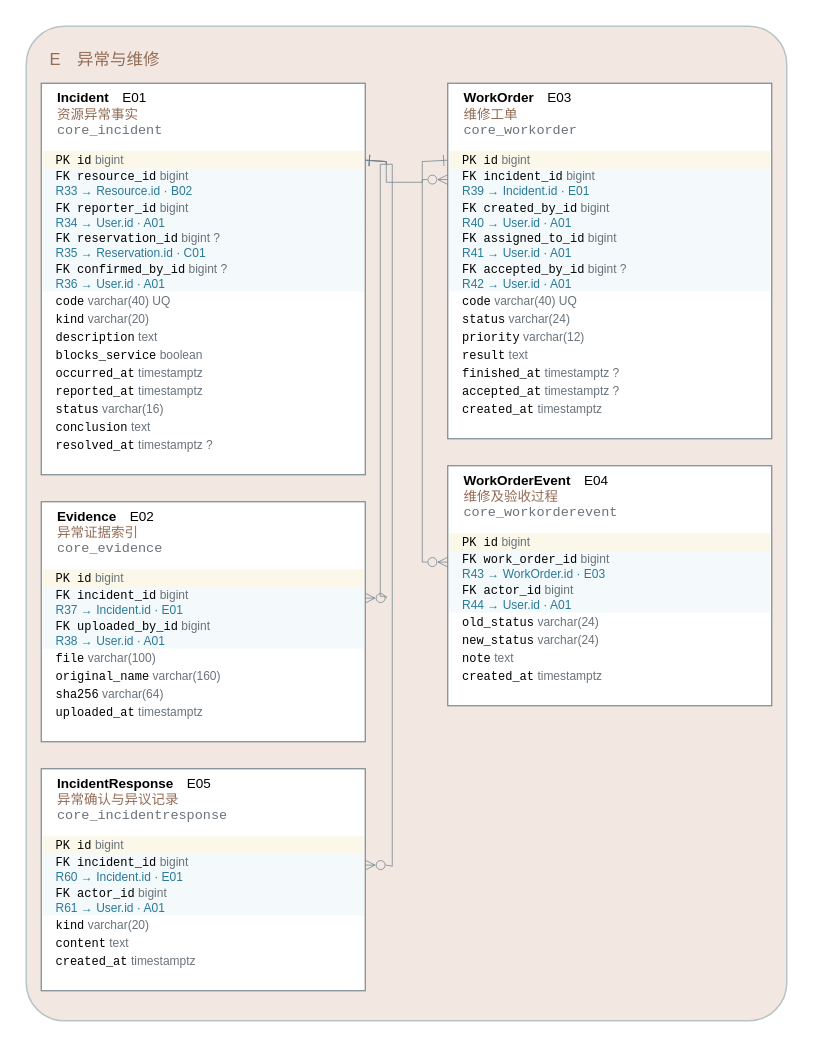
Before: models/图形源文件/图D-6-异常与维修ERD.drawio in yvming67-gif/campus-lab-equipment-manager, a draw.io diagram. Source tidied: cells renumbered, new cells numbered last; positions are measured from the earlier drawing's top-left corner, leaving out a move shared by most shapes. Both pictures are drawn from the tidied source at 150%, with x=0, y=0 at pixel (26, 26).
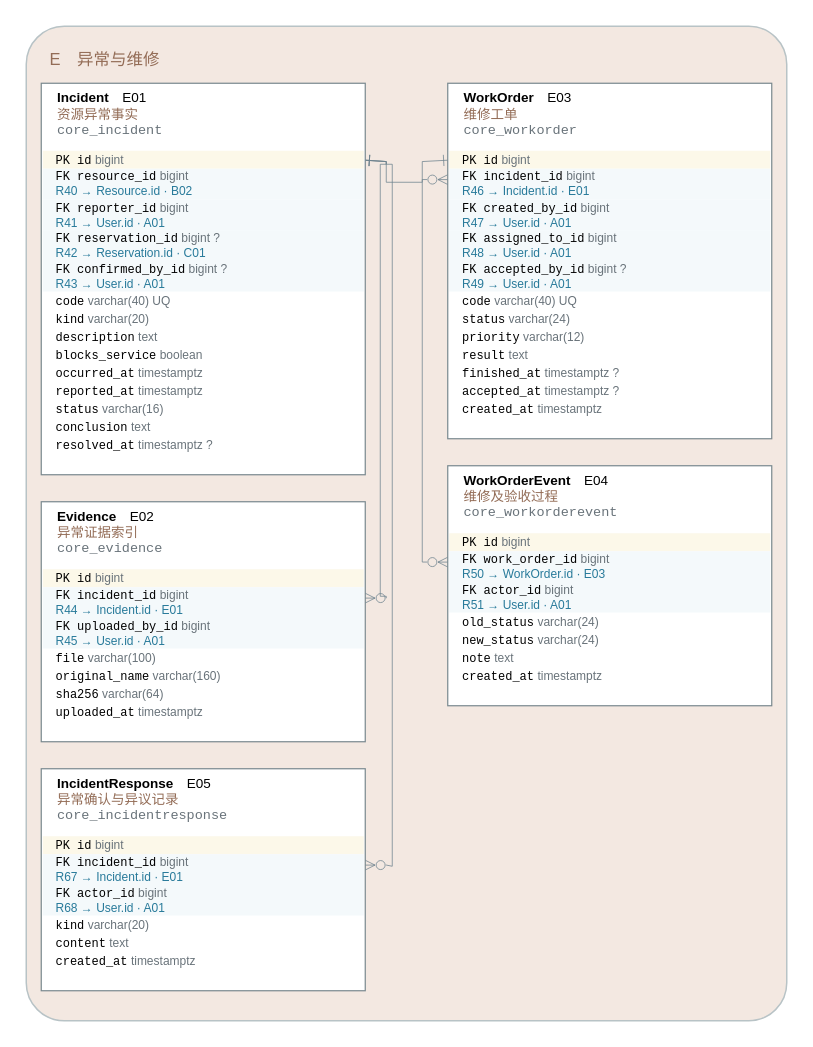
The same diagram, later.

Unchanged cells that the change refers to:
```xml
<mxCell id="6" style="rounded=0;fillColor=#ffffff;strokeColor=#78888e;strokeWidth=0.8;" parent="3" vertex="1">
  <mxGeometry x="10" y="38" width="216" height="261" as="geometry" />
</mxCell>
<mxCell id="22" style="rounded=0;fillColor=#ffffff;strokeColor=#78888e;strokeWidth=0.8;" parent="3" vertex="1">
  <mxGeometry x="10" y="317" width="216" height="160" as="geometry" />
</mxCell>
<mxCell id="31" style="rounded=0;fillColor=#ffffff;strokeColor=#78888e;strokeWidth=0.8;" parent="3" vertex="1">
  <mxGeometry x="10" y="495" width="216" height="148" as="geometry" />
</mxCell>
<mxCell id="39" style="rounded=0;fillColor=#ffffff;strokeColor=#78888e;strokeWidth=0.8;" parent="3" vertex="1">
  <mxGeometry x="281" y="38" width="216" height="237" as="geometry" />
</mxCell>
<mxCell id="53" style="rounded=0;fillColor=#ffffff;strokeColor=#78888e;strokeWidth=0.8;" parent="3" vertex="1">
  <mxGeometry x="281" y="293" width="216" height="160" as="geometry" />
</mxCell>
```

Change to the diagram source:
```diff
@@
-    <mxCell id="9" value="&lt;font face='Consolas'&gt;FK resource_id&lt;/font&gt; &lt;font color='#69737a'&gt;bigint&lt;/font&gt;&lt;br/&gt;&lt;font color='#287a9a'&gt;R33 → Resource.id · B02&lt;/font&gt;" style="text;html=1;whiteSpace=wrap;fillColor=#f4f9fb;strokeColor=none;align=left;verticalAlign=middle;spacingLeft=7;fontSize=8;fontFamily=Microsoft YaHei;" parent="6" vertex="1">
+    <mxCell id="9" value="&lt;font face='Consolas'&gt;FK resource_id&lt;/font&gt; &lt;font color='#69737a'&gt;bigint&lt;/font&gt;&lt;br/&gt;&lt;font color='#287a9a'&gt;R40 → Resource.id · B02&lt;/font&gt;" style="text;html=1;whiteSpace=wrap;fillColor=#f4f9fb;strokeColor=none;align=left;verticalAlign=middle;spacingLeft=7;fontSize=8;fontFamily=Microsoft YaHei;" parent="6" vertex="1">
       <mxGeometry x="1" y="57" width="214" height="20.5" as="geometry" />
     </mxCell>
-    <mxCell id="10" value="&lt;font face='Consolas'&gt;FK reporter_id&lt;/font&gt; &lt;font color='#69737a'&gt;bigint&lt;/font&gt;&lt;br/&gt;&lt;font color='#287a9a'&gt;R34 → User.id · A01&lt;/font&gt;" style="text;html=1;whiteSpace=wrap;fillColor=#f4f9fb;strokeColor=none;align=left;verticalAlign=middle;spacingLeft=7;fontSize=8;fontFamily=Microsoft YaHei;" parent="6" vertex="1">
+    <mxCell id="10" value="&lt;font face='Consolas'&gt;FK reporter_id&lt;/font&gt; &lt;font color='#69737a'&gt;bigint&lt;/font&gt;&lt;br/&gt;&lt;font color='#287a9a'&gt;R41 → User.id · A01&lt;/font&gt;" style="text;html=1;whiteSpace=wrap;fillColor=#f4f9fb;strokeColor=none;align=left;verticalAlign=middle;spacingLeft=7;fontSize=8;fontFamily=Microsoft YaHei;" parent="6" vertex="1">
       <mxGeometry x="1" y="77.5" width="214" height="20.5" as="geometry" />
     </mxCell>
-    <mxCell id="11" value="&lt;font face='Consolas'&gt;FK reservation_id&lt;/font&gt; &lt;font color='#69737a'&gt;bigint ?&lt;/font&gt;&lt;br/&gt;&lt;font color='#287a9a'&gt;R35 → Reservation.id · C01&lt;/font&gt;" style="text;html=1;whiteSpace=wrap;fillColor=#f4f9fb;strokeColor=none;align=left;verticalAlign=middle;spacingLeft=7;fontSize=8;fontFamily=Microsoft YaHei;" parent="6" vertex="1">
+    <mxCell id="11" value="&lt;font face='Consolas'&gt;FK reservation_id&lt;/font&gt; &lt;font color='#69737a'&gt;bigint ?&lt;/font&gt;&lt;br/&gt;&lt;font color='#287a9a'&gt;R42 → Reservation.id · C01&lt;/font&gt;" style="text;html=1;whiteSpace=wrap;fillColor=#f4f9fb;strokeColor=none;align=left;verticalAlign=middle;spacingLeft=7;fontSize=8;fontFamily=Microsoft YaHei;" parent="6" vertex="1">
       <mxGeometry x="1" y="98" width="214" height="20.5" as="geometry" />
     </mxCell>
-    <mxCell id="12" value="&lt;font face='Consolas'&gt;FK confirmed_by_id&lt;/font&gt; &lt;font color='#69737a'&gt;bigint ?&lt;/font&gt;&lt;br/&gt;&lt;font color='#287a9a'&gt;R36 → User.id · A01&lt;/font&gt;" style="text;html=1;whiteSpace=wrap;fillColor=#f4f9fb;strokeColor=none;align=left;verticalAlign=middle;spacingLeft=7;fontSize=8;fontFamily=Microsoft YaHei;" parent="6" vertex="1">
+    <mxCell id="12" value="&lt;font face='Consolas'&gt;FK confirmed_by_id&lt;/font&gt; &lt;font color='#69737a'&gt;bigint ?&lt;/font&gt;&lt;br/&gt;&lt;font color='#287a9a'&gt;R43 → User.id · A01&lt;/font&gt;" style="text;html=1;whiteSpace=wrap;fillColor=#f4f9fb;strokeColor=none;align=left;verticalAlign=middle;spacingLeft=7;fontSize=8;fontFamily=Microsoft YaHei;" parent="6" vertex="1">
       <mxGeometry x="1" y="118.5" width="214" height="20.5" as="geometry" />
     </mxCell>
@@
-    <mxCell id="25" value="&lt;font face='Consolas'&gt;FK incident_id&lt;/font&gt; &lt;font color='#69737a'&gt;bigint&lt;/font&gt;&lt;br/&gt;&lt;font color='#287a9a'&gt;R37 → Incident.id · E01&lt;/font&gt;" style="text;html=1;whiteSpace=wrap;fillColor=#f4f9fb;strokeColor=none;align=left;verticalAlign=middle;spacingLeft=7;fontSize=8;fontFamily=Microsoft YaHei;" parent="22" vertex="1">
+    <mxCell id="25" value="&lt;font face='Consolas'&gt;FK incident_id&lt;/font&gt; &lt;font color='#69737a'&gt;bigint&lt;/font&gt;&lt;br/&gt;&lt;font color='#287a9a'&gt;R44 → Incident.id · E01&lt;/font&gt;" style="text;html=1;whiteSpace=wrap;fillColor=#f4f9fb;strokeColor=none;align=left;verticalAlign=middle;spacingLeft=7;fontSize=8;fontFamily=Microsoft YaHei;" parent="22" vertex="1">
       <mxGeometry x="1" y="57" width="214" height="20.5" as="geometry" />
     </mxCell>
-    <mxCell id="26" value="&lt;font face='Consolas'&gt;FK uploaded_by_id&lt;/font&gt; &lt;font color='#69737a'&gt;bigint&lt;/font&gt;&lt;br/&gt;&lt;font color='#287a9a'&gt;R38 → User.id · A01&lt;/font&gt;" style="text;html=1;whiteSpace=wrap;fillColor=#f4f9fb;strokeColor=none;align=left;verticalAlign=middle;spacingLeft=7;fontSize=8;fontFamily=Microsoft YaHei;" parent="22" vertex="1">
+    <mxCell id="26" value="&lt;font face='Consolas'&gt;FK uploaded_by_id&lt;/font&gt; &lt;font color='#69737a'&gt;bigint&lt;/font&gt;&lt;br/&gt;&lt;font color='#287a9a'&gt;R45 → User.id · A01&lt;/font&gt;" style="text;html=1;whiteSpace=wrap;fillColor=#f4f9fb;strokeColor=none;align=left;verticalAlign=middle;spacingLeft=7;fontSize=8;fontFamily=Microsoft YaHei;" parent="22" vertex="1">
       <mxGeometry x="1" y="77.5" width="214" height="20.5" as="geometry" />
     </mxCell>
@@
-    <mxCell id="34" value="&lt;font face='Consolas'&gt;FK incident_id&lt;/font&gt; &lt;font color='#69737a'&gt;bigint&lt;/font&gt;&lt;br/&gt;&lt;font color='#287a9a'&gt;R60 → Incident.id · E01&lt;/font&gt;" style="text;html=1;whiteSpace=wrap;fillColor=#f4f9fb;strokeColor=none;align=left;verticalAlign=middle;spacingLeft=7;fontSize=8;fontFamily=Microsoft YaHei;" parent="31" vertex="1">
+    <mxCell id="34" value="&lt;font face='Consolas'&gt;FK incident_id&lt;/font&gt; &lt;font color='#69737a'&gt;bigint&lt;/font&gt;&lt;br/&gt;&lt;font color='#287a9a'&gt;R67 → Incident.id · E01&lt;/font&gt;" style="text;html=1;whiteSpace=wrap;fillColor=#f4f9fb;strokeColor=none;align=left;verticalAlign=middle;spacingLeft=7;fontSize=8;fontFamily=Microsoft YaHei;" parent="31" vertex="1">
       <mxGeometry x="1" y="57" width="214" height="20.5" as="geometry" />
     </mxCell>
-    <mxCell id="35" value="&lt;font face='Consolas'&gt;FK actor_id&lt;/font&gt; &lt;font color='#69737a'&gt;bigint&lt;/font&gt;&lt;br/&gt;&lt;font color='#287a9a'&gt;R61 → User.id · A01&lt;/font&gt;" style="text;html=1;whiteSpace=wrap;fillColor=#f4f9fb;strokeColor=none;align=left;verticalAlign=middle;spacingLeft=7;fontSize=8;fontFamily=Microsoft YaHei;" parent="31" vertex="1">
+    <mxCell id="35" value="&lt;font face='Consolas'&gt;FK actor_id&lt;/font&gt; &lt;font color='#69737a'&gt;bigint&lt;/font&gt;&lt;br/&gt;&lt;font color='#287a9a'&gt;R68 → User.id · A01&lt;/font&gt;" style="text;html=1;whiteSpace=wrap;fillColor=#f4f9fb;strokeColor=none;align=left;verticalAlign=middle;spacingLeft=7;fontSize=8;fontFamily=Microsoft YaHei;" parent="31" vertex="1">
       <mxGeometry x="1" y="77.5" width="214" height="20.5" as="geometry" />
     </mxCell>
@@
-    <mxCell id="42" value="&lt;font face='Consolas'&gt;FK incident_id&lt;/font&gt; &lt;font color='#69737a'&gt;bigint&lt;/font&gt;&lt;br/&gt;&lt;font color='#287a9a'&gt;R39 → Incident.id · E01&lt;/font&gt;" style="text;html=1;whiteSpace=wrap;fillColor=#f4f9fb;strokeColor=none;align=left;verticalAlign=middle;spacingLeft=7;fontSize=8;fontFamily=Microsoft YaHei;" parent="39" vertex="1">
+    <mxCell id="42" value="&lt;font face='Consolas'&gt;FK incident_id&lt;/font&gt; &lt;font color='#69737a'&gt;bigint&lt;/font&gt;&lt;br/&gt;&lt;font color='#287a9a'&gt;R46 → Incident.id · E01&lt;/font&gt;" style="text;html=1;whiteSpace=wrap;fillColor=#f4f9fb;strokeColor=none;align=left;verticalAlign=middle;spacingLeft=7;fontSize=8;fontFamily=Microsoft YaHei;" parent="39" vertex="1">
       <mxGeometry x="1" y="57" width="214" height="20.5" as="geometry" />
     </mxCell>
-    <mxCell id="43" value="&lt;font face='Consolas'&gt;FK created_by_id&lt;/font&gt; &lt;font color='#69737a'&gt;bigint&lt;/font&gt;&lt;br/&gt;&lt;font color='#287a9a'&gt;R40 → User.id · A01&lt;/font&gt;" style="text;html=1;whiteSpace=wrap;fillColor=#f4f9fb;strokeColor=none;align=left;verticalAlign=middle;spacingLeft=7;fontSize=8;fontFamily=Microsoft YaHei;" parent="39" vertex="1">
+    <mxCell id="43" value="&lt;font face='Consolas'&gt;FK created_by_id&lt;/font&gt; &lt;font color='#69737a'&gt;bigint&lt;/font&gt;&lt;br/&gt;&lt;font color='#287a9a'&gt;R47 → User.id · A01&lt;/font&gt;" style="text;html=1;whiteSpace=wrap;fillColor=#f4f9fb;strokeColor=none;align=left;verticalAlign=middle;spacingLeft=7;fontSize=8;fontFamily=Microsoft YaHei;" parent="39" vertex="1">
       <mxGeometry x="1" y="77.5" width="214" height="20.5" as="geometry" />
     </mxCell>
-    <mxCell id="44" value="&lt;font face='Consolas'&gt;FK assigned_to_id&lt;/font&gt; &lt;font color='#69737a'&gt;bigint&lt;/font&gt;&lt;br/&gt;&lt;font color='#287a9a'&gt;R41 → User.id · A01&lt;/font&gt;" style="text;html=1;whiteSpace=wrap;fillColor=#f4f9fb;strokeColor=none;align=left;verticalAlign=middle;spacingLeft=7;fontSize=8;fontFamily=Microsoft YaHei;" parent="39" vertex="1">
+    <mxCell id="44" value="&lt;font face='Consolas'&gt;FK assigned_to_id&lt;/font&gt; &lt;font color='#69737a'&gt;bigint&lt;/font&gt;&lt;br/&gt;&lt;font color='#287a9a'&gt;R48 → User.id · A01&lt;/font&gt;" style="text;html=1;whiteSpace=wrap;fillColor=#f4f9fb;strokeColor=none;align=left;verticalAlign=middle;spacingLeft=7;fontSize=8;fontFamily=Microsoft YaHei;" parent="39" vertex="1">
       <mxGeometry x="1" y="98" width="214" height="20.5" as="geometry" />
     </mxCell>
-    <mxCell id="45" value="&lt;font face='Consolas'&gt;FK accepted_by_id&lt;/font&gt; &lt;font color='#69737a'&gt;bigint ?&lt;/font&gt;&lt;br/&gt;&lt;font color='#287a9a'&gt;R42 → User.id · A01&lt;/font&gt;" style="text;html=1;whiteSpace=wrap;fillColor=#f4f9fb;strokeColor=none;align=left;verticalAlign=middle;spacingLeft=7;fontSize=8;fontFamily=Microsoft YaHei;" parent="39" vertex="1">
+    <mxCell id="45" value="&lt;font face='Consolas'&gt;FK accepted_by_id&lt;/font&gt; &lt;font color='#69737a'&gt;bigint ?&lt;/font&gt;&lt;br/&gt;&lt;font color='#287a9a'&gt;R49 → User.id · A01&lt;/font&gt;" style="text;html=1;whiteSpace=wrap;fillColor=#f4f9fb;strokeColor=none;align=left;verticalAlign=middle;spacingLeft=7;fontSize=8;fontFamily=Microsoft YaHei;" parent="39" vertex="1">
       <mxGeometry x="1" y="118.5" width="214" height="20.5" as="geometry" />
     </mxCell>
@@
-    <mxCell id="56" value="&lt;font face='Consolas'&gt;FK work_order_id&lt;/font&gt; &lt;font color='#69737a'&gt;bigint&lt;/font&gt;&lt;br/&gt;&lt;font color='#287a9a'&gt;R43 → WorkOrder.id · E03&lt;/font&gt;" style="text;html=1;whiteSpace=wrap;fillColor=#f4f9fb;strokeColor=none;align=left;verticalAlign=middle;spacingLeft=7;fontSize=8;fontFamily=Microsoft YaHei;" parent="53" vertex="1">
+    <mxCell id="56" value="&lt;font face='Consolas'&gt;FK work_order_id&lt;/font&gt; &lt;font color='#69737a'&gt;bigint&lt;/font&gt;&lt;br/&gt;&lt;font color='#287a9a'&gt;R50 → WorkOrder.id · E03&lt;/font&gt;" style="text;html=1;whiteSpace=wrap;fillColor=#f4f9fb;strokeColor=none;align=left;verticalAlign=middle;spacingLeft=7;fontSize=8;fontFamily=Microsoft YaHei;" parent="53" vertex="1">
       <mxGeometry x="1" y="57" width="214" height="20.5" as="geometry" />
     </mxCell>
-    <mxCell id="57" value="&lt;font face='Consolas'&gt;FK actor_id&lt;/font&gt; &lt;font color='#69737a'&gt;bigint&lt;/font&gt;&lt;br/&gt;&lt;font color='#287a9a'&gt;R44 → User.id · A01&lt;/font&gt;" style="text;html=1;whiteSpace=wrap;fillColor=#f4f9fb;strokeColor=none;align=left;verticalAlign=middle;spacingLeft=7;fontSize=8;fontFamily=Microsoft YaHei;" parent="53" vertex="1">
+    <mxCell id="57" value="&lt;font face='Consolas'&gt;FK actor_id&lt;/font&gt; &lt;font color='#69737a'&gt;bigint&lt;/font&gt;&lt;br/&gt;&lt;font color='#287a9a'&gt;R51 → User.id · A01&lt;/font&gt;" style="text;html=1;whiteSpace=wrap;fillColor=#f4f9fb;strokeColor=none;align=left;verticalAlign=middle;spacingLeft=7;fontSize=8;fontFamily=Microsoft YaHei;" parent="53" vertex="1">
       <mxGeometry x="1" y="77.5" width="214" height="20.5" as="geometry" />
     </mxCell>
```
